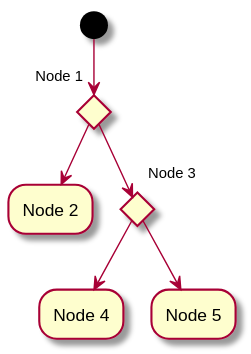
The PlantUML diagram tree_basic.svg in Sipondo/PMPH_parallel_woody, before a commit. Source of this version:
```plantuml
@startuml
(*) --> if "Node 1" then
  --> "Node 2"
else
  if "Node 3" then
    --> "Node 4"
  else
    --> "Node 5"
  endif
endif

@enduml
```
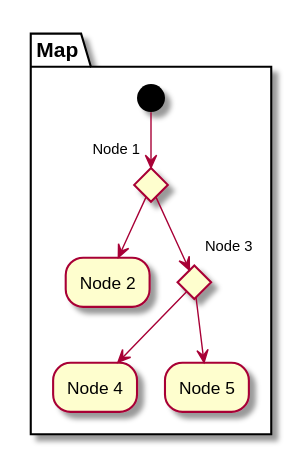
Later version of the same file.

The edit, as a diff of the source:
```diff
@@ -1,4 +1,7 @@
 @startuml
+
+
+partition Map {
 (*) --> if "Node 1" then
   --> "Node 2"
 else
@@ -8,5 +11,7 @@
     --> "Node 5"
   endif
 endif
+}
+
 
 @enduml
```
